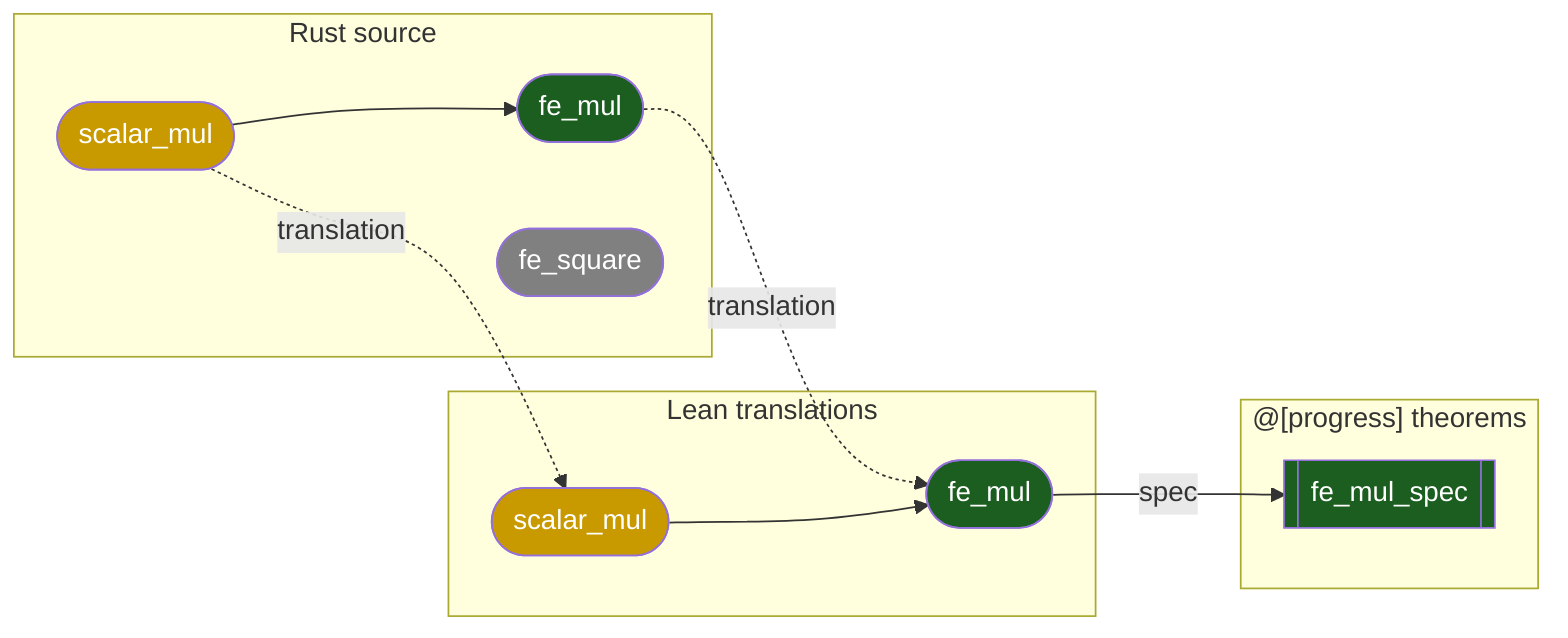
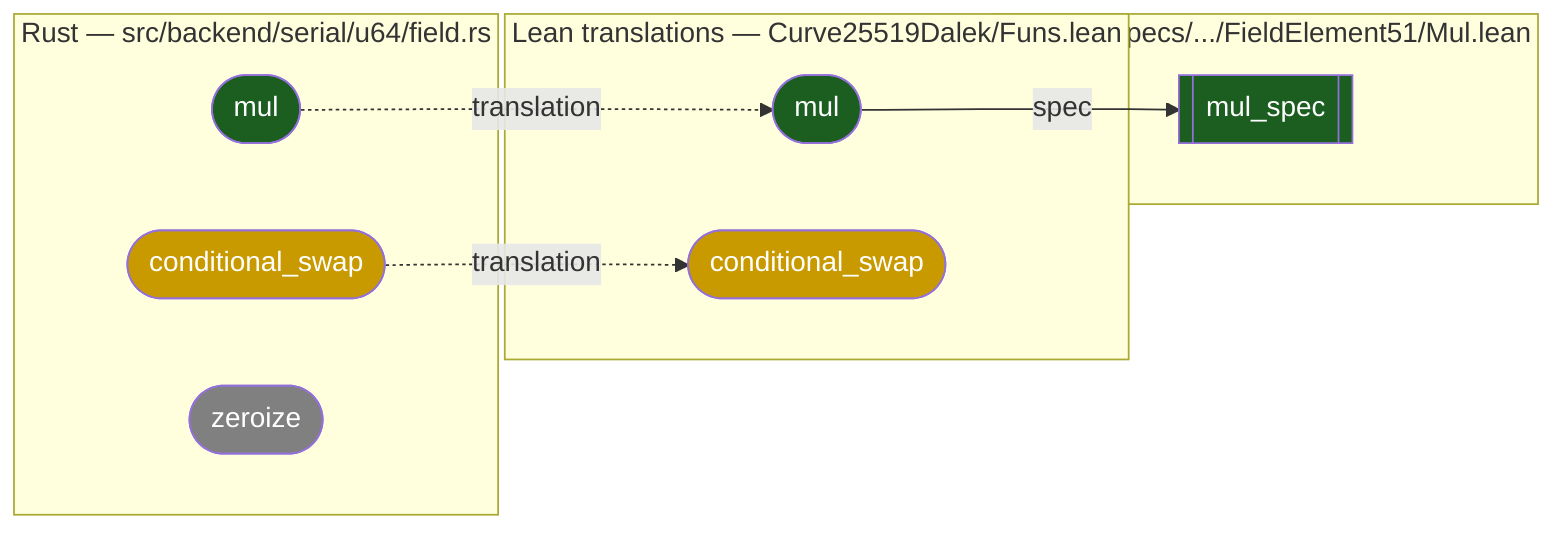
flowchart LR
-     subgraph rust [Rust source]
-         r_scalar(["scalar_mul"]):::yellow
-         r_fe_mul(["fe_mul"]):::darkGreen
-         r_fe_square(["fe_square"]):::grey
+     subgraph rust ["Rust — src/backend/serial/u64/field.rs"]
+         r_mul(["mul"]):::darkGreen
+         r_cswap(["conditional_swap"]):::yellow
+         r_zero(["zeroize"]):::grey
    end
-     subgraph lean [Lean translations]
-         l_scalar(["scalar_mul"]):::yellow
-         l_fe_mul(["fe_mul"]):::darkGreen
+     subgraph lean ["Lean translations — Curve25519Dalek/Funs.lean"]
+         l_mul(["mul"]):::darkGreen
+         l_cswap(["conditional_swap"]):::yellow
    end
-     subgraph specs ["@[progress] theorems"]
-         s_fe_mul[["fe_mul_spec"]]:::darkGreen
+     subgraph spec ["Spec — Specs/.../FieldElement51/Mul.lean"]
+         s_mul[["mul_spec"]]:::darkGreen
    end
-     r_scalar -.->|translation| l_scalar
-     r_fe_mul -.->|translation| l_fe_mul
-     l_fe_mul -->|spec| s_fe_mul
-     r_scalar --> r_fe_mul
-     l_scalar --> l_fe_mul
+     r_mul -.->|translation| l_mul
+     r_cswap -.->|translation| l_cswap
+     l_mul -->|spec| s_mul
    classDef grey fill:#808080,color:#fff
    classDef yellow fill:#C99A00,color:#fff
    classDef darkGreen fill:#1B5E20,color:#fff
